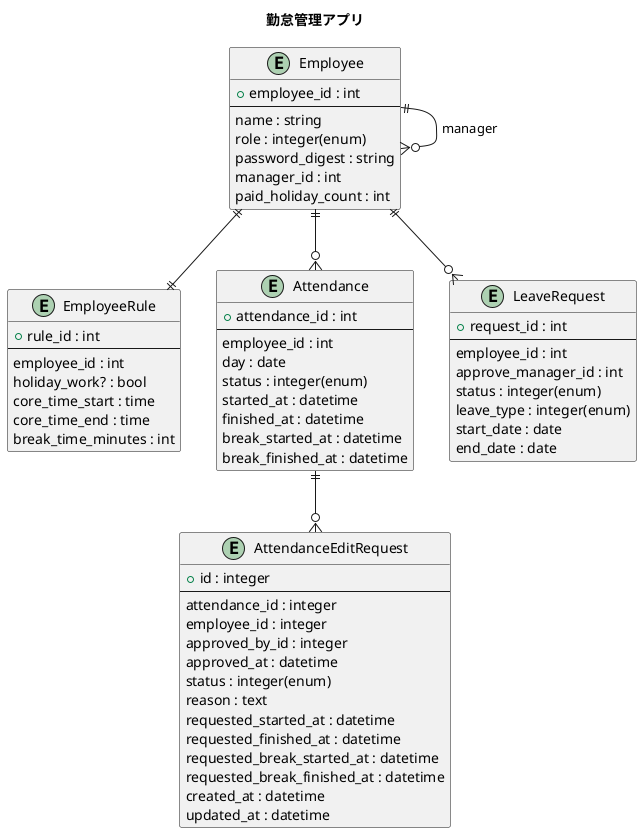
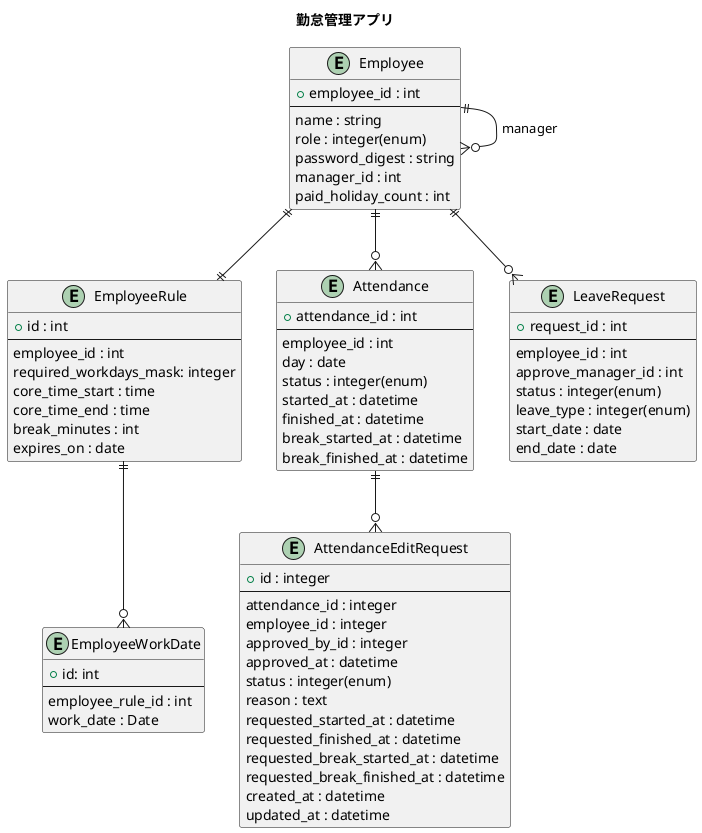
@startuml
title 勤怠管理アプリ

entity Employee {
  + employee_id : int
  --
  name : string
  role : integer(enum)
  password_digest : string
  manager_id : int
  paid_holiday_count : int
}
Employee ||--o{ Employee : manager

entity EmployeeRule {
-   + rule_id : int
+   + id : int
  --
  employee_id : int
-   holiday_work? : bool
+   required_workdays_mask: integer
  core_time_start : time
  core_time_end : time
-   break_time_minutes : int
+   break_minutes : int
+   expires_on : date
+ }
+ 
+ entity EmployeeWorkDate{
+   + id: int
+   --
+   employee_rule_id : int
+   work_date : Date
}

Employee ||--||EmployeeRule
+ EmployeeRule ||--o{EmployeeWorkDate

entity Attendance {
  + attendance_id : int
  --
  employee_id : int
  day : date
  status : integer(enum)
  started_at : datetime
  finished_at : datetime
  break_started_at : datetime
  break_finished_at : datetime
}

entity AttendanceEditRequest {
  + id : integer
  --
  attendance_id : integer
  employee_id : integer
  approved_by_id : integer
  approved_at : datetime
  'edit_type : integer(enum)
  status : integer(enum)
  reason : text
  requested_started_at : datetime
  requested_finished_at : datetime
  requested_break_started_at : datetime
  requested_break_finished_at : datetime
  created_at : datetime
  updated_at : datetime
}

entity LeaveRequest{
  + request_id : int
  --
  employee_id : int
  approve_manager_id : int
  status : integer(enum)
  leave_type : integer(enum)
  start_date : date
  end_date : date
}

Employee ||--o{ Attendance
Employee ||--o{ LeaveRequest
Attendance ||--o{ AttendanceEditRequest


@enduml